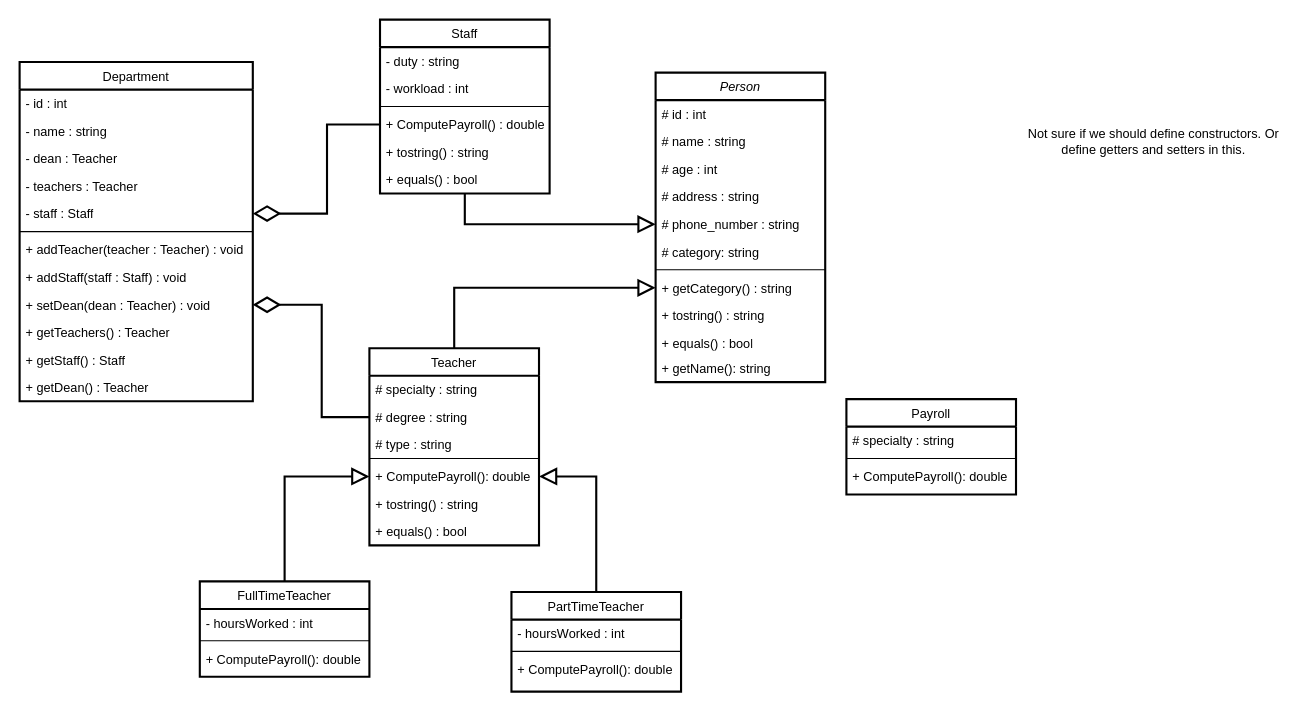
Above: UML Diagram.drawio in WilliamAbrokwah/GitHub-Test (draw.io), before the change. Source tidied: cells renumbered, new cells numbered last; positions are measured from the earlier drawing's top-left corner, leaving out a move shared by most shapes. Both pictures are drawn from the tidied source at 106%, with x=0, y=0 at pixel (19, 19).
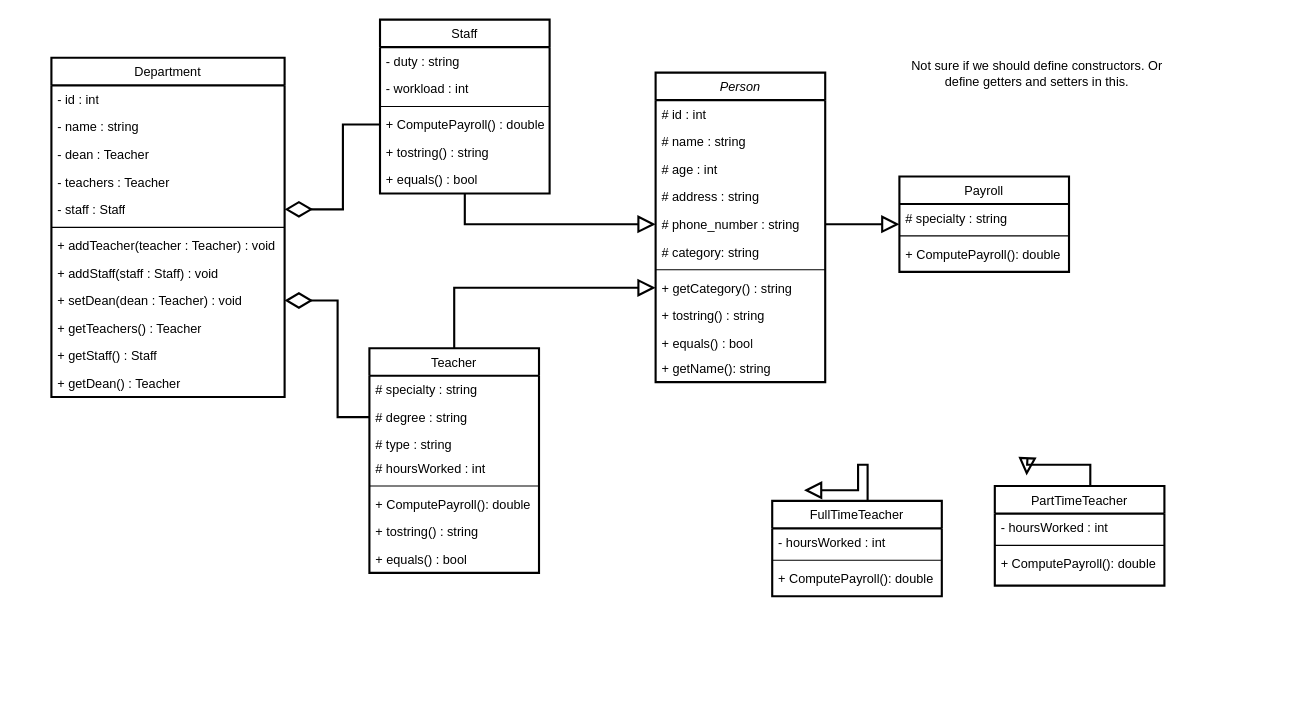
Above is the later version.

The change refers to these unchanged cells:
```xml
<mxCell id="7" value="# phone_number : string" style="text;strokeColor=none;fillColor=none;align=left;verticalAlign=top;spacingLeft=4;spacingRight=4;overflow=hidden;points=[[0,0.5],[1,0.5]];portConstraint=eastwest;whiteSpace=wrap;html=1;" parent="2" vertex="1">
  <mxGeometry y="130" width="160" height="26" as="geometry" />
</mxCell>
```

The edit, as a diff of the source:
```diff
@@
     <mxCell id="15" value="Teacher" style="swimlane;fontStyle=0;align=center;verticalAlign=top;horizontal=1;startSize=26;rounded=0;shadow=0;strokeWidth=2;" parent="1" vertex="1">
-      <mxGeometry x="330" y="310" width="160" height="186" as="geometry" />
+      <mxGeometry x="330" y="310" width="160" height="212" as="geometry" />
     </mxCell>
@@
+    <mxCell id="61" value="# hoursWorked : int" style="text;strokeColor=none;fillColor=none;align=left;verticalAlign=top;spacingLeft=4;spacingRight=4;overflow=hidden;whiteSpace=wrap;html=1;" parent="15" vertex="1">
+      <mxGeometry y="100" width="160" height="26" as="geometry" />
+    </mxCell>
     <mxCell id="19" style="line;html=1;strokeWidth=1;align=left;verticalAlign=middle;spacingTop=-1;spacingLeft=3;spacingRight=3;labelPosition=right;" parent="15" vertex="1">
-      <mxGeometry y="100" width="160" height="8" as="geometry" />
+      <mxGeometry y="126" width="160" height="8" as="geometry" />
     </mxCell>
     <mxCell id="20" value="+ ComputePayroll(): double" style="text;align=left;verticalAlign=top;spacingLeft=4;spacingRight=4;overflow=hidden;points=[[0,0.5],[1,0.5]];portConstraint=eastwest;" parent="15" vertex="1">
-      <mxGeometry y="108" width="160" height="26" as="geometry" />
+      <mxGeometry y="134" width="160" height="26" as="geometry" />
     </mxCell>
     <mxCell id="21" value="+ tostring() : string" style="text;align=left;verticalAlign=top;spacingLeft=4;spacingRight=4;overflow=hidden;" parent="15" vertex="1">
-      <mxGeometry y="134" width="160" height="26" as="geometry" />
+      <mxGeometry y="160" width="160" height="26" as="geometry" />
     </mxCell>
     <mxCell id="22" value="+ equals() : bool" style="text;strokeColor=none;fillColor=none;align=left;verticalAlign=top;spacingLeft=4;spacingRight=4;overflow=hidden;whiteSpace=wrap;html=1;" parent="15" vertex="1">
-      <mxGeometry y="160" width="160" height="26" as="geometry" />
+      <mxGeometry y="186" width="160" height="26" as="geometry" />
     </mxCell>
@@
     <mxCell id="31" value="Department" style="swimlane;fontStyle=0;align=center;verticalAlign=top;horizontal=1;startSize=26;rounded=0;shadow=0;strokeWidth=2;" parent="1" vertex="1">
-      <mxGeometry y="40" width="220" height="320" as="geometry" />
+      <mxGeometry x="30" y="36" width="220" height="320" as="geometry" />
     </mxCell>
@@
-    <mxCell id="44" style="edgeStyle=orthogonalEdgeStyle;rounded=0;jettySize=auto;html=1;endArrow=block;endFill=0;fontSize=12;strokeWidth=2;endSize=12;entryX=0;entryY=0.5;entryDx=0;entryDy=0;" parent="1" edge="1" source="45" target="20">
-      <mxGeometry relative="1" as="geometry" />
+    <mxCell id="44" style="edgeStyle=orthogonalEdgeStyle;rounded=0;jettySize=auto;html=1;endArrow=block;endFill=0;fontSize=12;strokeWidth=2;endSize=12;" parent="1" edge="1" source="45">
+      <mxGeometry relative="1" as="geometry">
+        <mxPoint x="740" y="444" as="targetPoint" />
+        <Array as="points">
+          <mxPoint x="800" y="420" />
+          <mxPoint x="791" y="420" />
+        </Array>
+      </mxGeometry>
     </mxCell>
     <mxCell id="45" value="FullTimeTeacher" style="swimlane;fontStyle=0;align=center;verticalAlign=top;horizontal=1;startSize=26;rounded=0;shadow=0;strokeWidth=2;" parent="1" vertex="1">
-      <mxGeometry x="170" y="530" width="160" height="90" as="geometry" />
+      <mxGeometry x="710" y="454" width="160" height="90" as="geometry" />
     </mxCell>
@@
-    <mxCell id="49" style="edgeStyle=orthogonalEdgeStyle;rounded=0;jettySize=auto;html=1;entryX=1;entryY=0.5;entryDx=0;entryDy=0;endArrow=block;endFill=0;endSize=12;strokeWidth=2;" parent="1" edge="1" source="50" target="20">
-      <mxGeometry relative="1" as="geometry" />
+    <mxCell id="49" style="edgeStyle=orthogonalEdgeStyle;rounded=0;jettySize=auto;html=1;endArrow=block;endFill=0;endSize=12;strokeWidth=2;exitX=0.563;exitY=0;exitDx=0;exitDy=0;exitPerimeter=0;" parent="1" edge="1" source="50">
+      <mxGeometry relative="1" as="geometry">
+        <mxPoint x="950" y="430" as="targetPoint" />
+      </mxGeometry>
     </mxCell>
     <mxCell id="50" value="PartTimeTeacher" style="swimlane;fontStyle=0;align=center;verticalAlign=top;horizontal=1;startSize=26;rounded=0;shadow=0;strokeWidth=2;" parent="1" vertex="1">
-      <mxGeometry x="464" y="540" width="160" height="94" as="geometry" />
+      <mxGeometry x="920" y="440" width="160" height="94" as="geometry" />
     </mxCell>
@@
     <mxCell id="56" value="Not sure if we should define constructors. Or define getters and setters in this." style="text;html=1;align=center;verticalAlign=middle;whiteSpace=wrap;rounded=0;" parent="1" vertex="1">
-      <mxGeometry x="950" y="100" width="240" height="30" as="geometry" />
+      <mxGeometry x="840" y="36" width="240" height="30" as="geometry" />
     </mxCell>
     <mxCell id="57" value="Payroll" style="swimlane;fontStyle=0;align=center;verticalAlign=top;horizontal=1;startSize=26;rounded=0;shadow=0;strokeWidth=2;" parent="1" vertex="1">
-      <mxGeometry x="780" y="358" width="160" height="90" as="geometry" />
+      <mxGeometry x="830" y="148" width="160" height="90" as="geometry" />
     </mxCell>
@@
+    <mxCell id="62" style="edgeStyle=orthogonalEdgeStyle;rounded=0;jettySize=auto;html=1;entryX=0;entryY=0.5;entryDx=0;entryDy=0;strokeWidth=2;endArrow=block;endFill=0;endSize=12;exitX=1;exitY=0.5;exitDx=0;exitDy=0;" parent="1" edge="1" source="7" target="57">
+      <mxGeometry relative="1" as="geometry" />
+    </mxCell>
```
